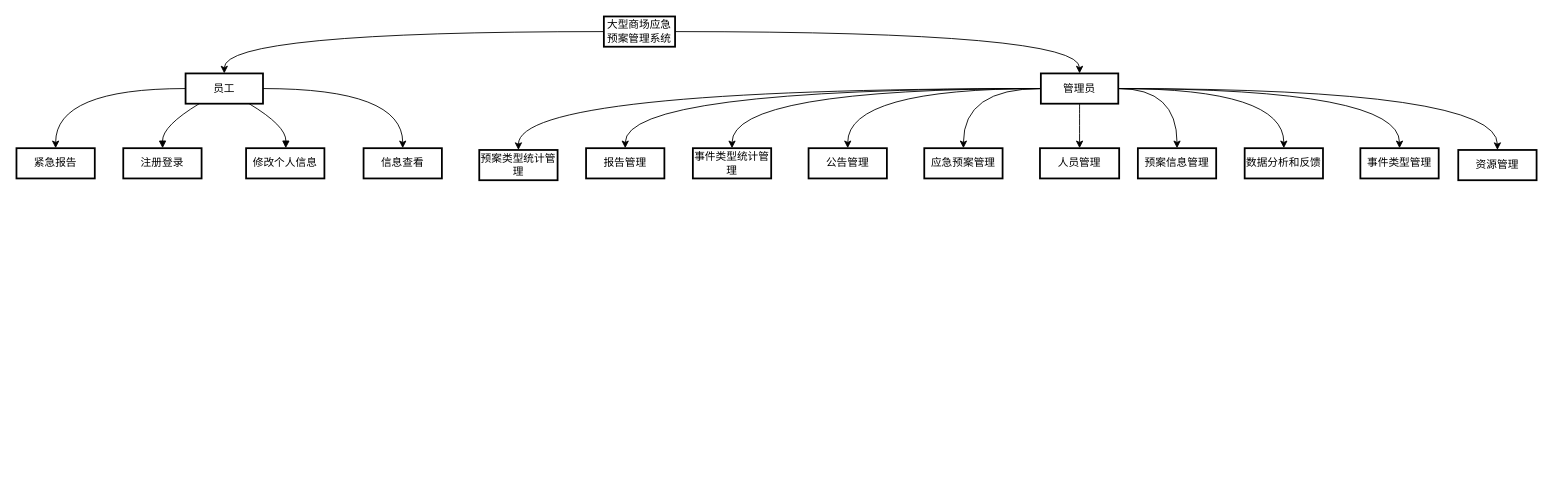
This is 结构图.drawio from Marcistm/api, a draw.io file, before an edit. Source tidied: cells renumbered, new cells numbered last; positions are measured from the earlier drawing's top-left corner, leaving out a move shared by most shapes. Both pictures are drawn from the tidied source at 89%, with x=0, y=0 at pixel (16, 16).
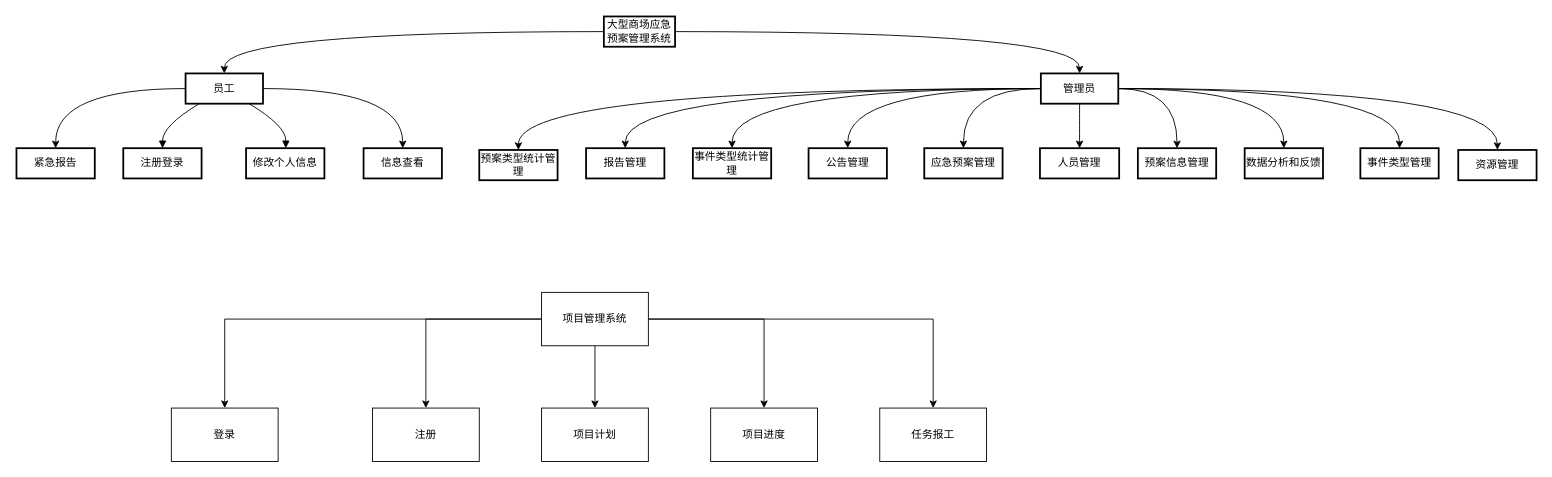
The same diagram, later.

Commit message:
更新结构图.drawio

Diff of the diagram source:
```diff
@@
+    <mxCell id="35" style="edgeStyle=orthogonalEdgeStyle;rounded=0;jettySize=auto;html=1;" parent="1" edge="1" source="40" target="43">
+      <mxGeometry relative="1" as="geometry" />
+    </mxCell>
+    <mxCell id="36" style="edgeStyle=orthogonalEdgeStyle;rounded=0;jettySize=auto;html=1;" parent="1" edge="1" source="40" target="42">
+      <mxGeometry relative="1" as="geometry" />
+    </mxCell>
+    <mxCell id="37" style="edgeStyle=orthogonalEdgeStyle;rounded=0;jettySize=auto;html=1;" parent="1" edge="1" source="40" target="41">
+      <mxGeometry relative="1" as="geometry" />
+    </mxCell>
+    <mxCell id="38" style="edgeStyle=orthogonalEdgeStyle;rounded=0;jettySize=auto;html=1;" parent="1" edge="1" source="40" target="44">
+      <mxGeometry relative="1" as="geometry" />
+    </mxCell>
+    <mxCell id="39" style="edgeStyle=orthogonalEdgeStyle;rounded=0;jettySize=auto;html=1;" parent="1" edge="1" source="40" target="45">
+      <mxGeometry relative="1" as="geometry" />
+    </mxCell>
+    <mxCell id="40" value="项目管理系统" style="rounded=0;whiteSpace=wrap;html=1;" parent="1" vertex="1">
+      <mxGeometry x="590" y="310" width="120" height="60" as="geometry" />
+    </mxCell>
+    <mxCell id="41" value="登录" style="rounded=0;whiteSpace=wrap;html=1;" parent="1" vertex="1">
+      <mxGeometry x="174" y="440" width="120" height="60" as="geometry" />
+    </mxCell>
+    <mxCell id="42" value="注册" style="rounded=0;whiteSpace=wrap;html=1;" parent="1" vertex="1">
+      <mxGeometry x="400" y="440" width="120" height="60" as="geometry" />
+    </mxCell>
+    <mxCell id="43" value="项目计划" style="rounded=0;whiteSpace=wrap;html=1;" parent="1" vertex="1">
+      <mxGeometry x="590" y="440" width="120" height="60" as="geometry" />
+    </mxCell>
+    <mxCell id="44" value="项目进度" style="rounded=0;whiteSpace=wrap;html=1;" parent="1" vertex="1">
+      <mxGeometry x="780" y="440" width="120" height="60" as="geometry" />
+    </mxCell>
+    <mxCell id="45" value="任务报工" style="rounded=0;whiteSpace=wrap;html=1;" parent="1" vertex="1">
+      <mxGeometry x="970" y="440" width="120" height="60" as="geometry" />
+    </mxCell>
```
